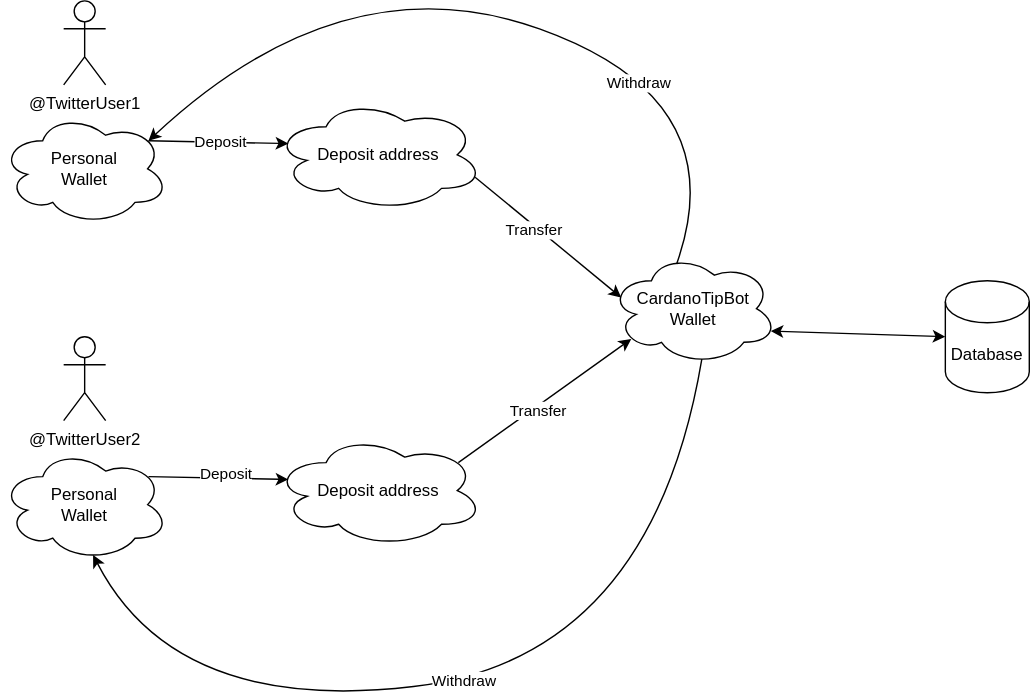
This is HowItWorks.drawio.svg from QCPOLstakepool/cardano-tip-bot, a draw.io export, as it was before one commit. Source tidied: cells renumbered, new cells last; positions are measured from the earlier drawing's top-left corner, leaving out a move shared by most shapes.
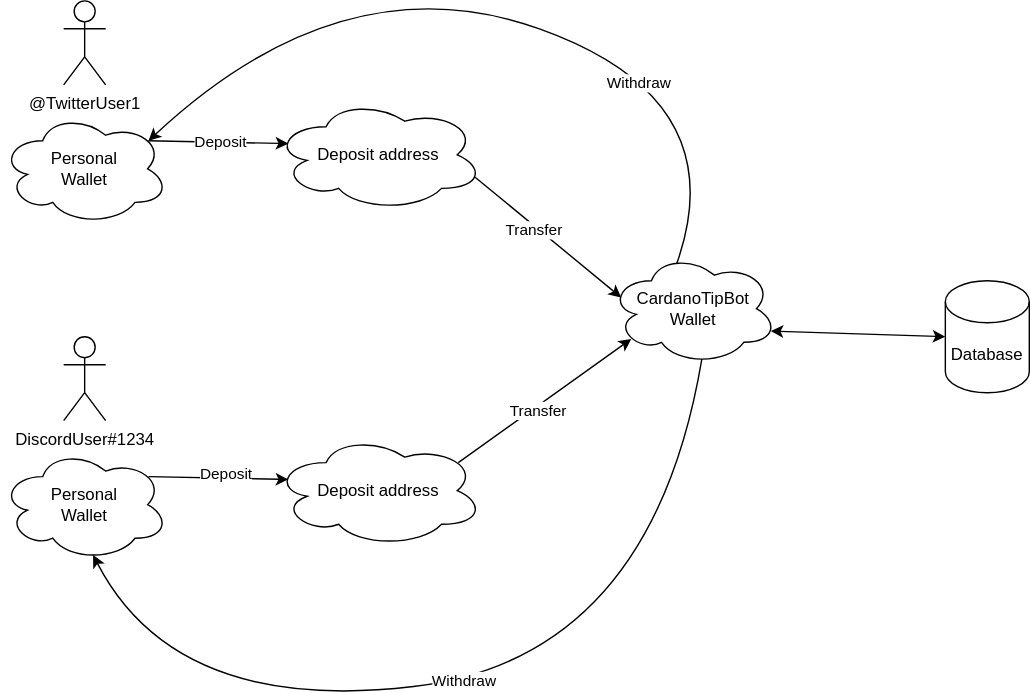
The same file after the commit.

Change to the diagram source:
```diff
@@ -8,7 +8,7 @@
     <mxCell id="3" value="Deposit address" style="ellipse;shape=cloud;whiteSpace=wrap;html=1;" parent="1" vertex="1">
       <mxGeometry x="195" y="340" width="150" height="80" as="geometry" />
     </mxCell>
-    <mxCell id="4" value="@TwitterUser2" style="shape=umlActor;verticalLabelPosition=bottom;verticalAlign=top;html=1;" parent="1" vertex="1">
+    <mxCell id="4" value="DiscordUser#1234" style="shape=umlActor;verticalLabelPosition=bottom;verticalAlign=top;html=1;" parent="1" vertex="1">
       <mxGeometry x="45" y="270" width="30" height="60" as="geometry" />
     </mxCell>
     <mxCell id="5" value="@TwitterUser1" style="shape=umlActor;verticalLabelPosition=bottom;verticalAlign=top;html=1;" parent="1" vertex="1">
```
